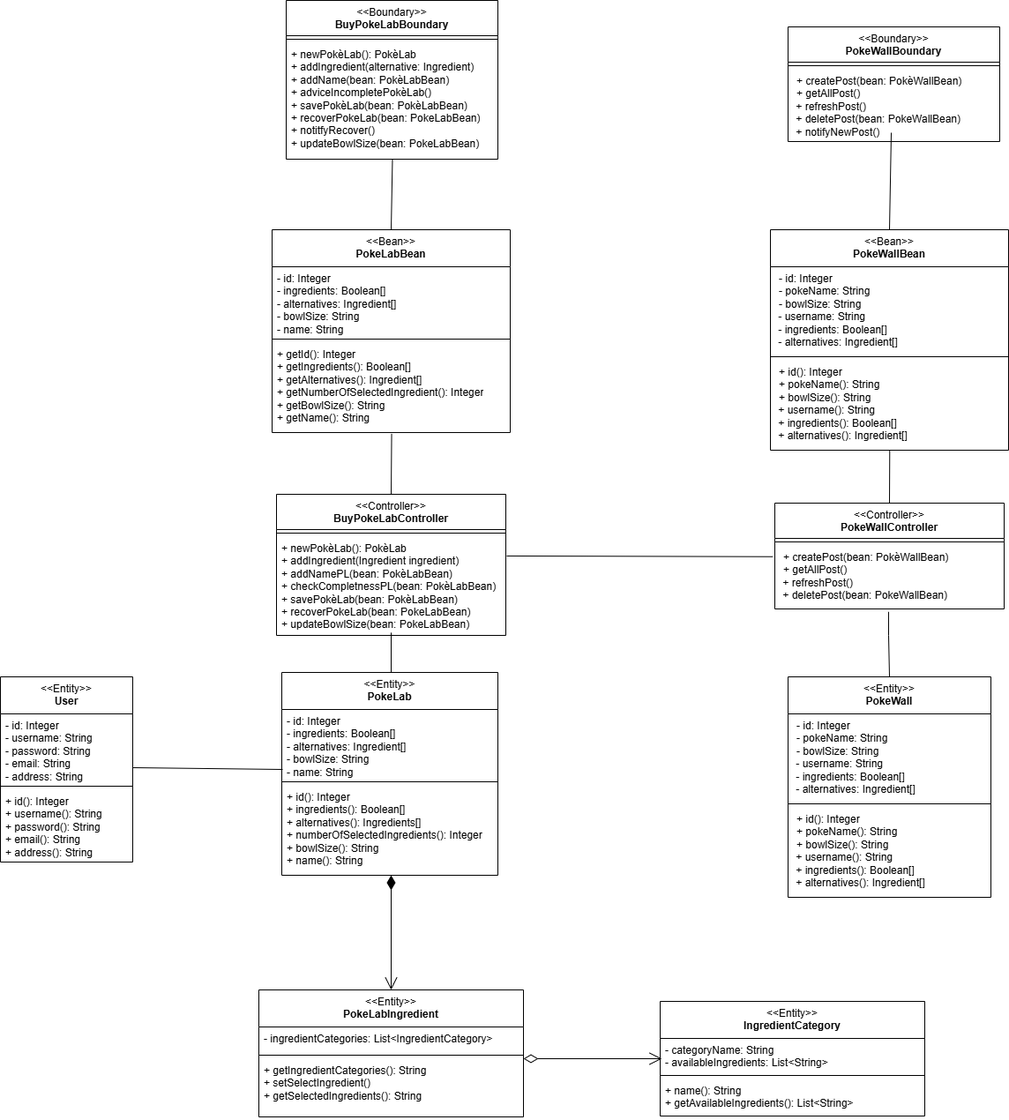
This is diagrams/BCE.drawio.png from matteopinfildi/YourPoke-ISPWProject, a draw.io export, as it was before one commit. Source tidied: cells renumbered, new cells last; positions are measured from the earlier drawing's top-left corner, leaving out a move shared by most shapes.
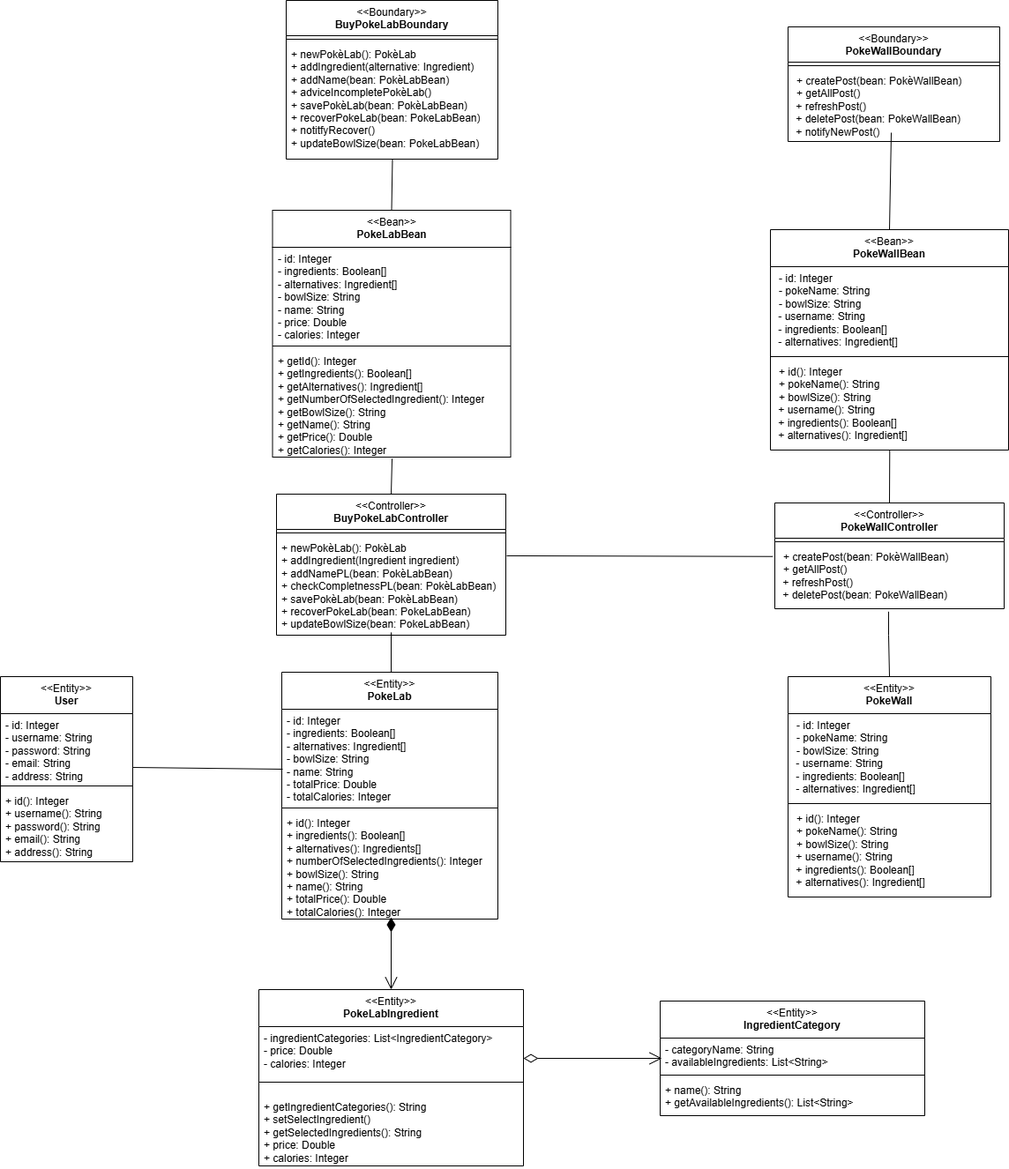
The same diagram one commit later.

What changed in the source:
```diff
@@ -51,20 +51,20 @@
       </mxGeometry>
     </mxCell>
     <mxCell id="16" value="&lt;div&gt;&lt;span style=&quot;font-weight: 400;&quot;&gt;&amp;lt;&amp;lt;Entity&amp;gt;&amp;gt;&lt;/span&gt;&lt;br&gt;&lt;/div&gt;PokeLab" style="swimlane;fontStyle=1;align=center;verticalAlign=top;horizontal=1;startSize=42;whiteSpace=wrap;html=1;" parent="1" vertex="1">
-      <mxGeometry x="319" y="762" width="245" height="230" as="geometry" />
+      <mxGeometry x="319" y="762" width="245" height="280" as="geometry" />
     </mxCell>
-    <mxCell id="17" value="&lt;div&gt;- id: Integer&lt;/div&gt;- ingredients: Boolean[]&lt;div&gt;- alternatives: Ingredient[]&lt;/div&gt;&lt;div&gt;- bowlSize: String&lt;/div&gt;&lt;div&gt;- name: String&lt;/div&gt;" style="text;strokeColor=none;fillColor=none;align=left;verticalAlign=top;spacingLeft=4;spacingRight=4;overflow=hidden;whiteSpace=wrap;html=1;" parent="16" vertex="1">
-      <mxGeometry y="42" width="245" height="78" as="geometry" />
+    <mxCell id="17" value="&lt;div&gt;- id: Integer&lt;/div&gt;- ingredients: Boolean[]&lt;div&gt;- alternatives: Ingredient[]&lt;/div&gt;&lt;div&gt;- bowlSize: String&lt;/div&gt;&lt;div&gt;- name: String&lt;/div&gt;&lt;div&gt;- totalPrice: Double&lt;/div&gt;&lt;div&gt;- totalCalories: Integer&lt;/div&gt;" style="text;strokeColor=none;fillColor=none;align=left;verticalAlign=top;spacingLeft=4;spacingRight=4;overflow=hidden;whiteSpace=wrap;html=1;" parent="16" vertex="1">
+      <mxGeometry y="42" width="245" height="108" as="geometry" />
     </mxCell>
     <mxCell id="18" style="line;strokeWidth=1;fillColor=none;align=left;verticalAlign=middle;spacingTop=-1;spacingLeft=3;spacingRight=3;labelPosition=right;strokeColor=inherit;" parent="16" vertex="1">
-      <mxGeometry y="120" width="245" height="8" as="geometry" />
+      <mxGeometry y="150" width="245" height="8" as="geometry" />
     </mxCell>
-    <mxCell id="19" value="&lt;div&gt;+ id(): Integer&lt;/div&gt;+ ingredients(): Boolean[]&lt;div&gt;&lt;div&gt;+ alternatives(&lt;span style=&quot;background-color: initial;&quot;&gt;): Ingredients[]&lt;/span&gt;&lt;/div&gt;&lt;div&gt;+ numberOfSelectedIngredients(): Integer&lt;/div&gt;&lt;div&gt;+ bowlSize(): String&lt;/div&gt;&lt;div&gt;&lt;span style=&quot;background-color: initial; color: light-dark(rgb(0, 0, 0), rgb(255, 255, 255));&quot;&gt;+ name(): String&lt;/span&gt;&lt;/div&gt;&lt;/div&gt;" style="text;strokeColor=none;fillColor=none;align=left;verticalAlign=top;spacingLeft=4;spacingRight=4;overflow=hidden;whiteSpace=wrap;html=1;" parent="16" vertex="1">
-      <mxGeometry y="128" width="245" height="102" as="geometry" />
+    <mxCell id="19" value="&lt;div&gt;+ id(): Integer&lt;/div&gt;+ ingredients(): Boolean[]&lt;div&gt;&lt;div&gt;+ alternatives(&lt;span style=&quot;background-color: initial;&quot;&gt;): Ingredients[]&lt;/span&gt;&lt;/div&gt;&lt;div&gt;+ numberOfSelectedIngredients(): Integer&lt;/div&gt;&lt;div&gt;+ bowlSize(): String&lt;/div&gt;&lt;div&gt;&lt;span style=&quot;background-color: initial; color: light-dark(rgb(0, 0, 0), rgb(255, 255, 255));&quot;&gt;+ name(): String&lt;/span&gt;&lt;/div&gt;&lt;/div&gt;&lt;div&gt;+ totalPrice(): Double&lt;/div&gt;&lt;div&gt;+ totalCalories(): Integer&lt;/div&gt;" style="text;strokeColor=none;fillColor=none;align=left;verticalAlign=top;spacingLeft=4;spacingRight=4;overflow=hidden;whiteSpace=wrap;html=1;" parent="16" vertex="1">
+      <mxGeometry y="158" width="245" height="122" as="geometry" />
     </mxCell>
     <mxCell id="20" style="endArrow=open;html=1;endSize=12;startArrow=diamondThin;startSize=14;startFill=1;edgeStyle=orthogonalEdgeStyle;align=left;verticalAlign=bottom;rounded=0;" parent="1" edge="1">
       <mxGeometry x="-1" y="3" relative="1" as="geometry">
-        <mxPoint x="443" y="992" as="sourcePoint" />
+        <mxPoint x="443" y="1040" as="sourcePoint" />
         <mxPoint x="443" y="1122" as="targetPoint" />
       </mxGeometry>
     </mxCell>
@@ -99,28 +99,28 @@
       </mxGeometry>
     </mxCell>
     <mxCell id="30" value="&lt;div&gt;&lt;span style=&quot;font-weight: 400;&quot;&gt;&amp;lt;&amp;lt;Bean&amp;gt;&amp;gt;&lt;/span&gt;&lt;br&gt;&lt;/div&gt;PokeLabBean" style="swimlane;fontStyle=1;align=center;verticalAlign=top;horizontal=1;startSize=42;whiteSpace=wrap;html=1;" parent="1" vertex="1">
-      <mxGeometry x="308" y="260" width="270" height="230" as="geometry" />
+      <mxGeometry x="308.5" y="238" width="270" height="280" as="geometry" />
     </mxCell>
-    <mxCell id="31" value="&lt;div&gt;- id: Integer&lt;/div&gt;- ingredients: Boolean[]&lt;div&gt;- alternatives: Ingredient[]&lt;/div&gt;&lt;div&gt;- bowlSize: String&lt;/div&gt;&lt;div&gt;- name: String&lt;/div&gt;" style="text;strokeColor=none;fillColor=none;align=left;verticalAlign=top;spacingLeft=4;spacingRight=4;overflow=hidden;whiteSpace=wrap;html=1;" parent="30" vertex="1">
-      <mxGeometry y="42" width="270" height="78" as="geometry" />
+    <mxCell id="31" value="&lt;div&gt;- id: Integer&lt;/div&gt;- ingredients: Boolean[]&lt;div&gt;- alternatives: Ingredient[]&lt;/div&gt;&lt;div&gt;- bowlSize: String&lt;/div&gt;&lt;div&gt;- name: String&lt;/div&gt;&lt;div&gt;- price: Double&lt;/div&gt;&lt;div&gt;- calories: Integer&lt;/div&gt;" style="text;strokeColor=none;fillColor=none;align=left;verticalAlign=top;spacingLeft=4;spacingRight=4;overflow=hidden;whiteSpace=wrap;html=1;" parent="30" vertex="1">
+      <mxGeometry y="42" width="270" height="108" as="geometry" />
     </mxCell>
     <mxCell id="32" style="line;strokeWidth=1;fillColor=none;align=left;verticalAlign=middle;spacingTop=-1;spacingLeft=3;spacingRight=3;labelPosition=right;strokeColor=inherit;" parent="30" vertex="1">
-      <mxGeometry y="120" width="270" height="8" as="geometry" />
+      <mxGeometry y="150" width="270" height="8" as="geometry" />
     </mxCell>
-    <mxCell id="33" value="&lt;div&gt;+ getId(): Integer&lt;/div&gt;+ getIngredients(): Boolean[]&lt;div&gt;+ getAlternatives(): Ingredient[]&lt;/div&gt;&lt;div&gt;+ getNumberOfSelectedIngredient(): Integer&lt;/div&gt;&lt;div&gt;+ getBowlSize(): String&lt;/div&gt;&lt;div&gt;+ getName(): String&lt;/div&gt;" style="text;strokeColor=none;fillColor=none;align=left;verticalAlign=top;spacingLeft=4;spacingRight=4;overflow=hidden;points=[[0,0.5],[1,0.5]];portConstraint=eastwest;whiteSpace=wrap;html=1;" parent="30" vertex="1">
-      <mxGeometry y="128" width="270" height="102" as="geometry" />
+    <mxCell id="33" value="&lt;div&gt;+ getId(): Integer&lt;/div&gt;+ getIngredients(): Boolean[]&lt;div&gt;+ getAlternatives(): Ingredient[]&lt;/div&gt;&lt;div&gt;+ getNumberOfSelectedIngredient(): Integer&lt;/div&gt;&lt;div&gt;+ getBowlSize(): String&lt;/div&gt;&lt;div&gt;+ getName(): String&lt;/div&gt;&lt;div&gt;+ getPrice(): Double&lt;/div&gt;&lt;div&gt;+ getCalories(): Integer&lt;/div&gt;" style="text;strokeColor=none;fillColor=none;align=left;verticalAlign=top;spacingLeft=4;spacingRight=4;overflow=hidden;points=[[0,0.5],[1,0.5]];portConstraint=eastwest;whiteSpace=wrap;html=1;" parent="30" vertex="1">
+      <mxGeometry y="158" width="270" height="122" as="geometry" />
     </mxCell>
     <mxCell id="34" value="&lt;div&gt;&lt;span style=&quot;font-weight: 400;&quot;&gt;&amp;lt;&amp;lt;Entity&amp;gt;&amp;gt;&lt;/span&gt;&lt;br&gt;&lt;/div&gt;PokeLabIngredient" style="swimlane;fontStyle=1;align=center;verticalAlign=top;horizontal=1;startSize=42;whiteSpace=wrap;html=1;" parent="1" vertex="1">
-      <mxGeometry x="293" y="1122" width="300" height="144" as="geometry" />
+      <mxGeometry x="293" y="1122" width="300" height="200" as="geometry" />
     </mxCell>
-    <mxCell id="35" value="- ingredientCategories: List&amp;lt;IngredientCategory&amp;gt;" style="text;strokeColor=none;fillColor=none;align=left;verticalAlign=top;spacingLeft=4;spacingRight=4;overflow=hidden;whiteSpace=wrap;html=1;" parent="34" vertex="1">
-      <mxGeometry y="42" width="300" height="28" as="geometry" />
+    <mxCell id="35" value="- ingredientCategories: List&amp;lt;IngredientCategory&amp;gt;&lt;div&gt;- price: Double&lt;/div&gt;&lt;div&gt;- calories: Integer&lt;/div&gt;" style="text;strokeColor=none;fillColor=none;align=left;verticalAlign=top;spacingLeft=4;spacingRight=4;overflow=hidden;whiteSpace=wrap;html=1;" parent="34" vertex="1">
+      <mxGeometry y="42" width="300" height="48" as="geometry" />
     </mxCell>
     <mxCell id="36" style="line;strokeWidth=1;fillColor=none;align=left;verticalAlign=middle;spacingTop=-1;spacingLeft=3;spacingRight=3;labelPosition=right;strokeColor=inherit;" parent="34" vertex="1">
-      <mxGeometry y="70" width="300" height="8" as="geometry" />
+      <mxGeometry y="90" width="300" height="30" as="geometry" />
     </mxCell>
-    <mxCell id="37" value="+ getIngredientCategories(): String&lt;div&gt;+ setSelectIngredient()&lt;/div&gt;&lt;div&gt;+ getSelectedIngredients(): String&lt;/div&gt;" style="text;strokeColor=none;fillColor=none;align=left;verticalAlign=top;spacingLeft=4;spacingRight=4;overflow=hidden;whiteSpace=wrap;html=1;" parent="34" vertex="1">
-      <mxGeometry y="78" width="300" height="66" as="geometry" />
+    <mxCell id="37" value="+ getIngredientCategories(): String&lt;div&gt;+ setSelectIngredient()&lt;/div&gt;&lt;div&gt;+ getSelectedIngredients(): String&lt;/div&gt;&lt;div&gt;&lt;div&gt;+ price: Double&lt;/div&gt;&lt;div&gt;+ calories: Integer&lt;/div&gt;&lt;/div&gt;" style="text;strokeColor=none;fillColor=none;align=left;verticalAlign=top;spacingLeft=4;spacingRight=4;overflow=hidden;whiteSpace=wrap;html=1;" parent="34" vertex="1">
+      <mxGeometry y="120" width="300" height="80" as="geometry" />
     </mxCell>
     <mxCell id="38" value="&lt;div&gt;&lt;span style=&quot;font-weight: 400;&quot;&gt;&amp;lt;&amp;lt;Entity&amp;gt;&amp;gt;&lt;/span&gt;&lt;br&gt;&lt;/div&gt;IngredientCategory" style="swimlane;fontStyle=1;align=center;verticalAlign=top;horizontal=1;startSize=42;whiteSpace=wrap;html=1;" parent="1" vertex="1">
       <mxGeometry x="748" y="1135" width="300" height="130" as="geometry" />
```
